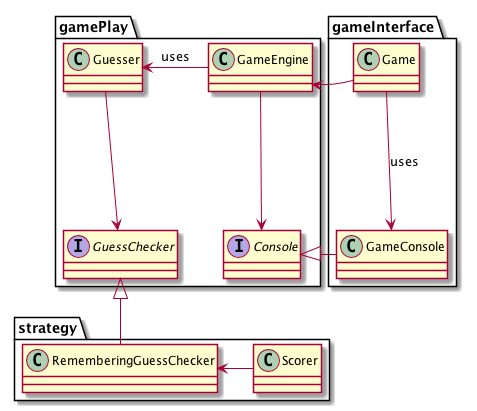
Above: docs/images/mastermindResponsibilities.png in skiadas/SoftwareDevelopmentPracticumCourse (PlantUML), before the change. The source it was exported from:
```plantuml
@startuml

package gamePlay {
    class GameEngine
    interface Console
    class Guesser
    interface GuessChecker
}

package strategy {
    class RememberingGuessChecker
    class Scorer
}

package gameInterface {
    class Game
    class GameConsole
}

Guesser <- GameEngine : uses
GameEngine --> Console
Guesser --> GuessChecker
GuessChecker <|-- RememberingGuessChecker
RememberingGuessChecker <- Scorer
GameEngine <- Game
Console  <|- GameConsole
Game --> GameConsole : uses
@enduml
```
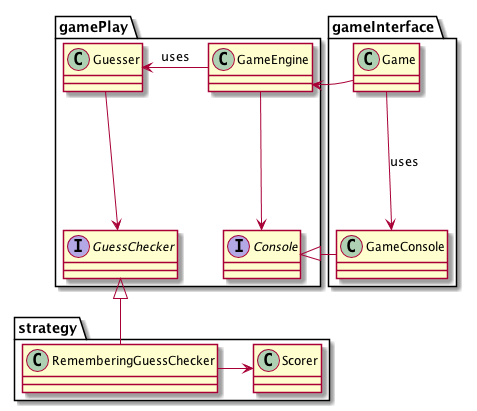
Above is the later version.

Commit message:
Fix mastermind arrow

The edit, as a diff of the source:
```diff
@@ -21,7 +21,7 @@
 GameEngine --> Console
 Guesser --> GuessChecker
 GuessChecker <|-- RememberingGuessChecker
-RememberingGuessChecker <- Scorer
+RememberingGuessChecker -> Scorer
 GameEngine <- Game
 Console  <|- GameConsole
 Game --> GameConsole : uses
```
